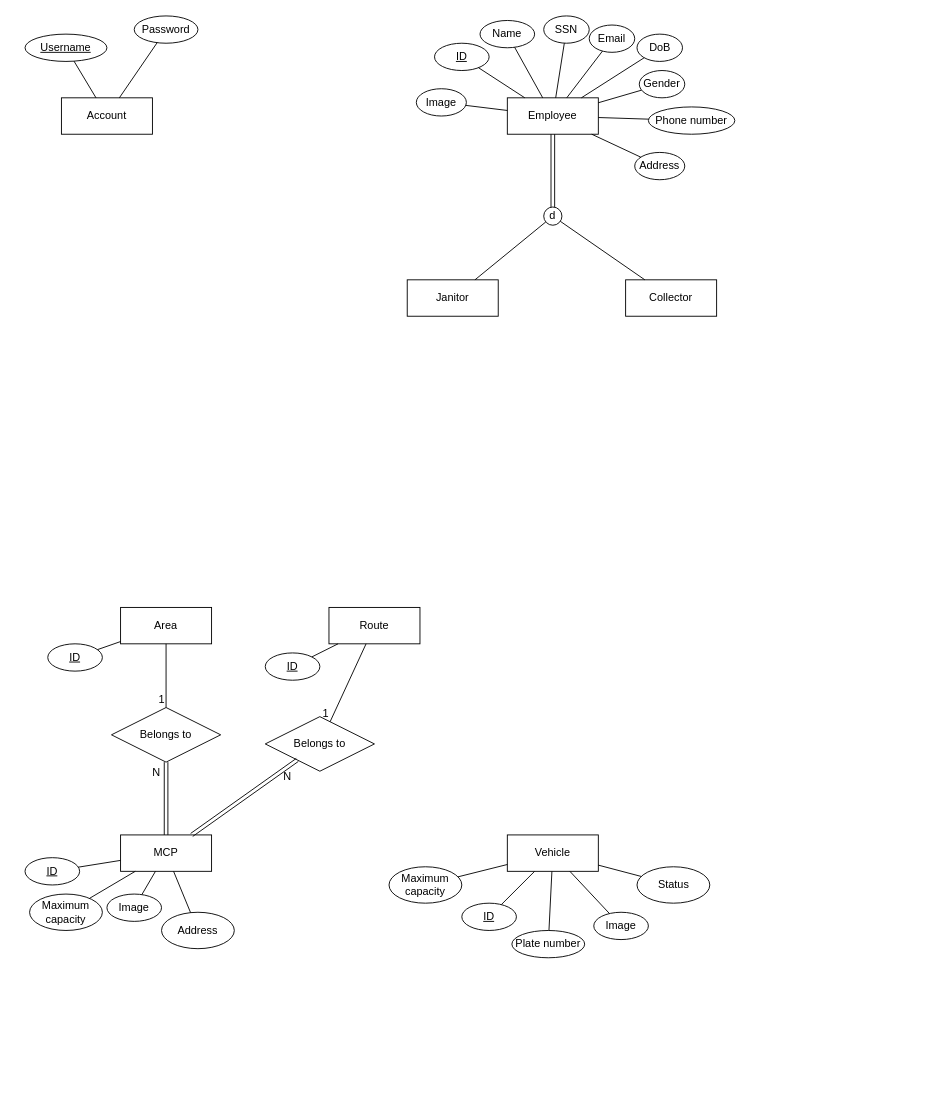
This is ERD.drawio from astr0tas/A-simple-chat-web-application, a draw.io file, before an edit. Source tidied: cells renumbered, new cells numbered last; positions are measured from the earlier drawing's top-left corner, leaving out a move shared by most shapes. Both pictures are drawn from the tidied source at 91%, with x=0, y=0 at pixel (25, 15).
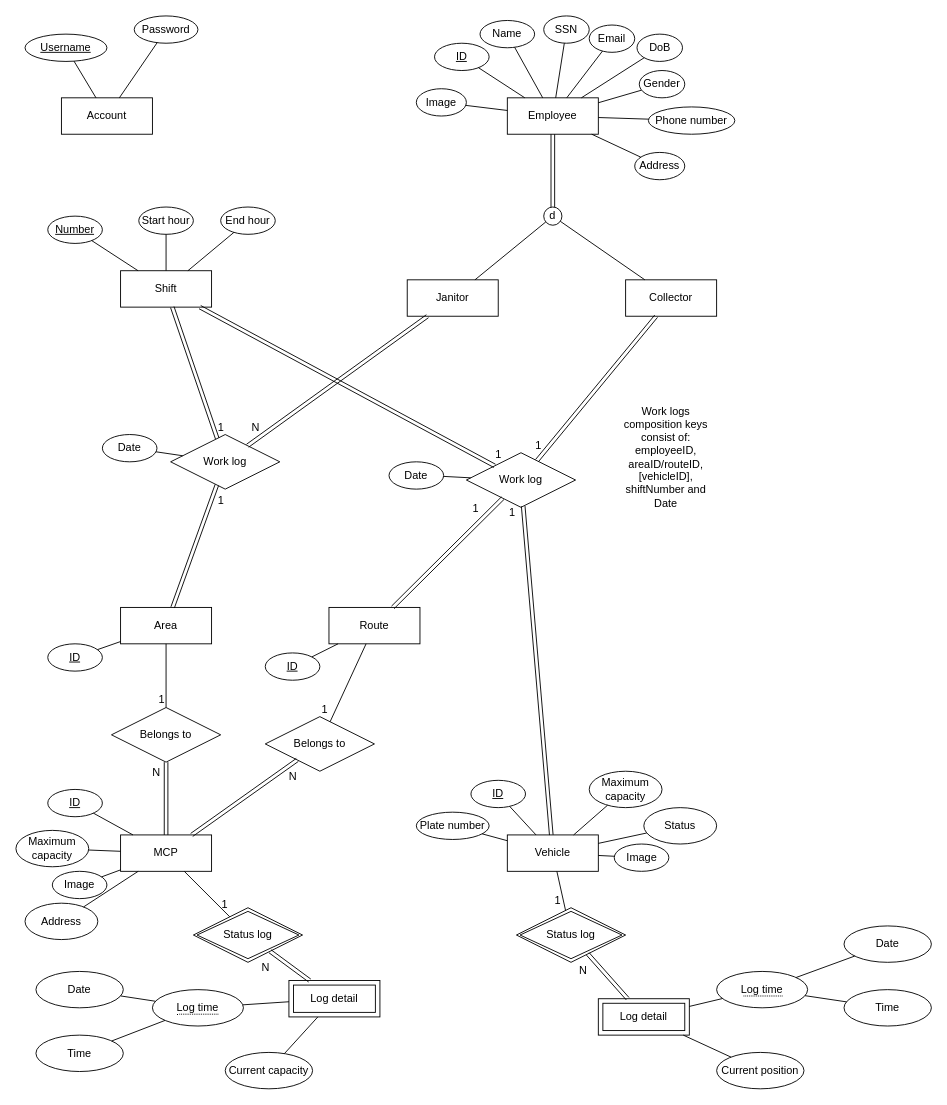
Above is the later version.

The change refers to these unchanged cells:
```xml
<mxCell id="8" value="Janitor" style="whiteSpace=wrap;html=1;align=center;" parent="1" vertex="1">
  <mxGeometry x="420" y="290" width="100" height="40" as="geometry" />
</mxCell>
<mxCell id="9" value="Collector" style="whiteSpace=wrap;html=1;align=center;" parent="1" vertex="1">
  <mxGeometry x="660" y="290" width="100" height="40" as="geometry" />
</mxCell>
<mxCell id="32" value="MCP" style="whiteSpace=wrap;html=1;align=center;" parent="1" vertex="1">
  <mxGeometry x="105" y="900" width="100" height="40" as="geometry" />
</mxCell>
<mxCell id="33" value="Vehicle" style="whiteSpace=wrap;html=1;align=center;" parent="1" vertex="1">
  <mxGeometry x="530" y="900" width="100" height="40" as="geometry" />
</mxCell>
<mxCell id="50" value="Area" style="whiteSpace=wrap;html=1;align=center;" parent="1" vertex="1">
  <mxGeometry x="105" y="650" width="100" height="40" as="geometry" />
</mxCell>
<mxCell id="51" value="Route" style="whiteSpace=wrap;html=1;align=center;" parent="1" vertex="1">
  <mxGeometry x="334" y="650" width="100" height="40" as="geometry" />
</mxCell>
<mxCell id="62" style="endArrow=none;html=1;rounded=0;" parent="1" edge="1" source="51" target="57">
  <mxGeometry relative="1" as="geometry" />
</mxCell>
<mxCell id="64" style="shape=link;html=1;rounded=0;" parent="1" edge="1" source="32" target="57">
  <mxGeometry relative="1" as="geometry" />
</mxCell>
```

Change to the diagram source:
```diff
@@
     <mxCell id="34" value="ID" style="ellipse;whiteSpace=wrap;html=1;align=center;fontStyle=4;" parent="1" vertex="1">
-      <mxGeometry y="925" width="60" height="30" as="geometry" />
+      <mxGeometry x="25" y="850" width="60" height="30" as="geometry" />
     </mxCell>
     <mxCell id="35" value="ID" style="ellipse;whiteSpace=wrap;html=1;align=center;fontStyle=4;" parent="1" vertex="1">
-      <mxGeometry x="480" y="975" width="60" height="30" as="geometry" />
+      <mxGeometry x="490" y="840" width="60" height="30" as="geometry" />
     </mxCell>
     <mxCell id="36" value="Plate number" style="ellipse;whiteSpace=wrap;html=1;align=center;" parent="1" vertex="1">
-      <mxGeometry x="535" y="1005" width="80" height="30" as="geometry" />
+      <mxGeometry x="430" y="875" width="80" height="30" as="geometry" />
     </mxCell>
     <mxCell id="37" value="Image" style="ellipse;whiteSpace=wrap;html=1;align=center;" parent="1" vertex="1">
-      <mxGeometry x="625" y="985" width="60" height="30" as="geometry" />
+      <mxGeometry x="647.5" y="910" width="60" height="30" as="geometry" />
     </mxCell>
     <mxCell id="38" value="Maximum capacity" style="ellipse;whiteSpace=wrap;html=1;align=center;" parent="1" vertex="1">
-      <mxGeometry x="400" y="935" width="80" height="40" as="geometry" />
+      <mxGeometry x="620" y="830" width="80" height="40" as="geometry" />
     </mxCell>
     <mxCell id="39" value="Status" style="ellipse;whiteSpace=wrap;html=1;align=center;" parent="1" vertex="1">
-      <mxGeometry x="672.5" y="935" width="80" height="40" as="geometry" />
+      <mxGeometry x="680" y="870" width="80" height="40" as="geometry" />
     </mxCell>
@@
     <mxCell id="45" value="Maximum capacity" style="ellipse;whiteSpace=wrap;html=1;align=center;" parent="1" vertex="1">
-      <mxGeometry x="5" y="965" width="80" height="40" as="geometry" />
+      <mxGeometry x="-10" y="895" width="80" height="40" as="geometry" />
     </mxCell>
     <mxCell id="46" value="Image" style="ellipse;whiteSpace=wrap;html=1;align=center;" parent="1" vertex="1">
-      <mxGeometry x="90" y="965" width="60" height="30" as="geometry" />
+      <mxGeometry x="30" y="940" width="60" height="30" as="geometry" />
     </mxCell>
@@
     <mxCell id="63" value="1" style="html=1;whiteSpace=wrap;align=right;verticalAlign=bottom;" parent="62" vertex="1">
-      <mxGeometry x="1" relative="1" as="geometry" />
+      <mxGeometry x="1" relative="1" as="geometry">
+        <mxPoint x="-1" y="-5" as="offset" />
+      </mxGeometry>
     </mxCell>
@@
     <mxCell id="65" value="N" style="html=1;whiteSpace=wrap;align=right;verticalAlign=bottom;" parent="64" vertex="1">
       <mxGeometry x="1" relative="1" as="geometry">
-        <mxPoint x="-5" y="26" as="offset" />
+        <mxPoint x="1" y="26" as="offset" />
       </mxGeometry>
     </mxCell>
     <mxCell id="66" value="Address" style="ellipse;whiteSpace=wrap;html=1;align=center;" parent="1" vertex="1">
-      <mxGeometry x="150" y="985" width="80" height="40" as="geometry" />
+      <mxGeometry y="975" width="80" height="40" as="geometry" />
     </mxCell>
@@
+    <mxCell id="68" value="Work log" style="shape=rhombus;perimeter=rhombusPerimeter;whiteSpace=wrap;html=1;align=center;" parent="1" vertex="1">
+      <mxGeometry x="160" y="460" width="120" height="60" as="geometry" />
+    </mxCell>
+    <mxCell id="69" value="Work log" style="shape=rhombus;perimeter=rhombusPerimeter;whiteSpace=wrap;html=1;align=center;" parent="1" vertex="1">
+      <mxGeometry x="485" y="480" width="120" height="60" as="geometry" />
+    </mxCell>
+    <mxCell id="70" value="Shift" style="whiteSpace=wrap;html=1;align=center;" parent="1" vertex="1">
+      <mxGeometry x="105" y="280" width="100" height="40" as="geometry" />
+    </mxCell>
+    <mxCell id="71" value="Number" style="ellipse;whiteSpace=wrap;html=1;align=center;fontStyle=4;" parent="1" vertex="1">
+      <mxGeometry x="25" y="220" width="60" height="30" as="geometry" />
+    </mxCell>
+    <mxCell id="72" value="Start hour" style="ellipse;whiteSpace=wrap;html=1;align=center;" parent="1" vertex="1">
+      <mxGeometry x="125" y="210" width="60" height="30" as="geometry" />
+    </mxCell>
+    <mxCell id="73" value="End hour" style="ellipse;whiteSpace=wrap;html=1;align=center;" parent="1" vertex="1">
+      <mxGeometry x="215" y="210" width="60" height="30" as="geometry" />
+    </mxCell>
+    <mxCell id="74" style="endArrow=none;html=1;rounded=0;" parent="1" edge="1" source="70" target="71">
+      <mxGeometry relative="1" as="geometry" />
+    </mxCell>
+    <mxCell id="75" style="endArrow=none;html=1;rounded=0;" parent="1" edge="1" source="70" target="72">
+      <mxGeometry relative="1" as="geometry" />
+    </mxCell>
+    <mxCell id="76" style="endArrow=none;html=1;rounded=0;" parent="1" edge="1" source="70" target="73">
+      <mxGeometry relative="1" as="geometry" />
+    </mxCell>
+    <mxCell id="77" style="shape=link;html=1;rounded=0;" parent="1" edge="1" source="8" target="68">
+      <mxGeometry relative="1" as="geometry" />
+    </mxCell>
+    <mxCell id="78" value="N" style="html=1;whiteSpace=wrap;align=right;verticalAlign=bottom;" parent="77" vertex="1">
+      <mxGeometry x="1" relative="1" as="geometry">
+        <mxPoint x="15" y="-12" as="offset" />
+      </mxGeometry>
+    </mxCell>
+    <mxCell id="79" style="shape=link;html=1;rounded=0;" parent="1" edge="1" source="50" target="68">
+      <mxGeometry relative="1" as="geometry" />
+    </mxCell>
+    <mxCell id="80" value="1" style="html=1;whiteSpace=wrap;align=right;verticalAlign=bottom;" parent="79" vertex="1">
+      <mxGeometry x="1" relative="1" as="geometry">
+        <mxPoint x="9" y="25" as="offset" />
+      </mxGeometry>
+    </mxCell>
+    <mxCell id="81" style="shape=link;html=1;rounded=0;" parent="1" edge="1" source="70" target="68">
+      <mxGeometry relative="1" as="geometry" />
+    </mxCell>
+    <mxCell id="82" value="1" style="html=1;whiteSpace=wrap;align=right;verticalAlign=bottom;" parent="81" vertex="1">
+      <mxGeometry x="1" relative="1" as="geometry">
+        <mxPoint x="9" y="-4" as="offset" />
+      </mxGeometry>
+    </mxCell>
+    <mxCell id="83" style="shape=link;html=1;rounded=0;" parent="1" edge="1" source="9" target="69">
+      <mxGeometry relative="1" as="geometry" />
+    </mxCell>
+    <mxCell id="84" value="1" style="html=1;whiteSpace=wrap;align=right;verticalAlign=bottom;" parent="83" vertex="1">
+      <mxGeometry x="1" relative="1" as="geometry">
+        <mxPoint x="7" y="-9" as="offset" />
+      </mxGeometry>
+    </mxCell>
+    <mxCell id="85" style="shape=link;html=1;rounded=0;" parent="1" edge="1" source="70" target="69">
+      <mxGeometry relative="1" as="geometry" />
+    </mxCell>
+    <mxCell id="86" value="1" style="html=1;whiteSpace=wrap;align=right;verticalAlign=bottom;" parent="85" vertex="1">
+      <mxGeometry x="1" relative="1" as="geometry">
+        <mxPoint x="9" y="-4" as="offset" />
+      </mxGeometry>
+    </mxCell>
+    <mxCell id="87" style="shape=link;html=1;rounded=0;" parent="1" edge="1" source="51" target="69">
+      <mxGeometry relative="1" as="geometry" />
+    </mxCell>
+    <mxCell id="88" value="1" style="html=1;whiteSpace=wrap;align=right;verticalAlign=bottom;" parent="87" vertex="1">
+      <mxGeometry x="1" relative="1" as="geometry">
+        <mxPoint x="-25" y="20" as="offset" />
+      </mxGeometry>
+    </mxCell>
+    <mxCell id="89" value="Date" style="ellipse;whiteSpace=wrap;html=1;align=center;" parent="1" vertex="1">
+      <mxGeometry x="85" y="460" width="60" height="30" as="geometry" />
+    </mxCell>
+    <mxCell id="90" value="Date" style="ellipse;whiteSpace=wrap;html=1;align=center;" parent="1" vertex="1">
+      <mxGeometry x="400" y="490" width="60" height="30" as="geometry" />
+    </mxCell>
+    <mxCell id="91" style="endArrow=none;html=1;rounded=0;" parent="1" edge="1" source="89" target="68">
+      <mxGeometry relative="1" as="geometry" />
+    </mxCell>
+    <mxCell id="92" style="html=1;whiteSpace=wrap;align=right;verticalAlign=bottom;" parent="91" vertex="1">
+      <mxGeometry x="1" relative="1" as="geometry" />
+    </mxCell>
+    <mxCell id="93" style="endArrow=none;html=1;rounded=0;" parent="1" edge="1" source="90" target="69">
+      <mxGeometry relative="1" as="geometry" />
+    </mxCell>
+    <mxCell id="94" style="html=1;whiteSpace=wrap;align=right;verticalAlign=bottom;" parent="93" vertex="1">
+      <mxGeometry x="1" relative="1" as="geometry" />
+    </mxCell>
+    <mxCell id="95" value="Work logs composition keys consist of: employeeID, areaID/routeID,[vehicleID], shiftNumber and Date" style="text;html=1;strokeColor=none;fillColor=none;align=center;verticalAlign=middle;whiteSpace=wrap;rounded=0;" parent="1" vertex="1">
+      <mxGeometry x="647.5" y="470" width="112.5" height="30" as="geometry" />
+    </mxCell>
+    <mxCell id="96" style="shape=link;html=1;rounded=0;" parent="1" edge="1" source="33" target="69">
+      <mxGeometry relative="1" as="geometry" />
+    </mxCell>
+    <mxCell id="97" value="1" style="html=1;whiteSpace=wrap;align=right;verticalAlign=bottom;" parent="96" vertex="1">
+      <mxGeometry x="1" relative="1" as="geometry">
+        <mxPoint x="-7" y="16" as="offset" />
+      </mxGeometry>
+    </mxCell>
+    <mxCell id="98" value="Status log" style="shape=rhombus;double=1;perimeter=rhombusPerimeter;whiteSpace=wrap;html=1;align=center;" parent="1" vertex="1">
+      <mxGeometry x="185" y="980" width="120" height="60" as="geometry" />
+    </mxCell>
+    <mxCell id="99" value="Status log" style="shape=rhombus;double=1;perimeter=rhombusPerimeter;whiteSpace=wrap;html=1;align=center;" parent="1" vertex="1">
+      <mxGeometry x="540" y="980" width="120" height="60" as="geometry" />
+    </mxCell>
+    <mxCell id="100" style="endArrow=none;html=1;rounded=0;" parent="1" edge="1" source="32" target="98">
+      <mxGeometry relative="1" as="geometry" />
+    </mxCell>
+    <mxCell id="101" value="1" style="html=1;whiteSpace=wrap;align=right;verticalAlign=bottom;" parent="100" vertex="1">
+      <mxGeometry x="1" relative="1" as="geometry">
+        <mxPoint x="-1" y="-5" as="offset" />
+      </mxGeometry>
+    </mxCell>
+    <mxCell id="102" value="Log detail" style="shape=ext;margin=3;double=1;whiteSpace=wrap;html=1;align=center;" parent="1" vertex="1">
+      <mxGeometry x="290" y="1060" width="100" height="40" as="geometry" />
+    </mxCell>
+    <mxCell id="103" value="&lt;span style=&quot;border-bottom: 1px dotted&quot;&gt;Log time&lt;br&gt;&lt;/span&gt;" style="ellipse;whiteSpace=wrap;html=1;align=center;" parent="1" vertex="1">
+      <mxGeometry x="140" y="1070" width="100" height="40" as="geometry" />
+    </mxCell>
+    <mxCell id="104" value="Current capacity" style="ellipse;whiteSpace=wrap;html=1;align=center;" parent="1" vertex="1">
+      <mxGeometry x="220" y="1139" width="96" height="40" as="geometry" />
+    </mxCell>
+    <mxCell id="105" style="shape=link;html=1;rounded=0;" parent="1" edge="1" source="102" target="98">
+      <mxGeometry relative="1" as="geometry" />
+    </mxCell>
+    <mxCell id="106" value="N" style="html=1;whiteSpace=wrap;align=right;verticalAlign=bottom;" parent="105" vertex="1">
+      <mxGeometry x="1" relative="1" as="geometry">
+        <mxPoint x="1" y="26" as="offset" />
+      </mxGeometry>
+    </mxCell>
+    <mxCell id="107" style="endArrow=none;html=1;rounded=0;" parent="1" edge="1" source="102" target="103">
+      <mxGeometry relative="1" as="geometry" />
+    </mxCell>
+    <mxCell id="108" style="endArrow=none;html=1;rounded=0;" parent="1" edge="1" source="102" target="104">
+      <mxGeometry relative="1" as="geometry" />
+    </mxCell>
+    <mxCell id="109" value="Log detail" style="shape=ext;margin=3;double=1;whiteSpace=wrap;html=1;align=center;" parent="1" vertex="1">
+      <mxGeometry x="630" y="1080" width="100" height="40" as="geometry" />
+    </mxCell>
+    <mxCell id="110" value="&lt;span style=&quot;border-bottom: 1px dotted&quot;&gt;Log time&lt;br&gt;&lt;/span&gt;" style="ellipse;whiteSpace=wrap;html=1;align=center;" parent="1" vertex="1">
+      <mxGeometry x="760" y="1050" width="100" height="40" as="geometry" />
+    </mxCell>
+    <mxCell id="111" value="Date" style="ellipse;whiteSpace=wrap;html=1;align=center;" parent="1" vertex="1">
+      <mxGeometry x="12" y="1050" width="96" height="40" as="geometry" />
+    </mxCell>
+    <mxCell id="112" value="Time" style="ellipse;whiteSpace=wrap;html=1;align=center;" parent="1" vertex="1">
+      <mxGeometry x="12" y="1120" width="96" height="40" as="geometry" />
+    </mxCell>
+    <mxCell id="113" style="endArrow=none;html=1;rounded=0;" parent="1" edge="1" source="103" target="111">
+      <mxGeometry relative="1" as="geometry" />
+    </mxCell>
+    <mxCell id="114" style="endArrow=none;html=1;rounded=0;" parent="1" edge="1" source="103" target="112">
+      <mxGeometry relative="1" as="geometry" />
+    </mxCell>
+    <mxCell id="115" style="endArrow=none;html=1;rounded=0;" parent="1" edge="1" source="33" target="99">
+      <mxGeometry relative="1" as="geometry" />
+    </mxCell>
+    <mxCell id="116" value="1" style="html=1;whiteSpace=wrap;align=right;verticalAlign=bottom;" parent="115" vertex="1">
+      <mxGeometry x="1" relative="1" as="geometry">
+        <mxPoint x="-4" y="-3" as="offset" />
+      </mxGeometry>
+    </mxCell>
+    <mxCell id="117" style="shape=link;html=1;rounded=0;" parent="1" edge="1" source="109" target="99">
+      <mxGeometry relative="1" as="geometry" />
+    </mxCell>
+    <mxCell id="118" value="N" style="html=1;whiteSpace=wrap;align=right;verticalAlign=bottom;" parent="117" vertex="1">
+      <mxGeometry x="1" relative="1" as="geometry">
+        <mxPoint x="1" y="26" as="offset" />
+      </mxGeometry>
+    </mxCell>
+    <mxCell id="119" value="Date" style="ellipse;whiteSpace=wrap;html=1;align=center;" parent="1" vertex="1">
+      <mxGeometry x="900" y="1000" width="96" height="40" as="geometry" />
+    </mxCell>
+    <mxCell id="120" value="Time" style="ellipse;whiteSpace=wrap;html=1;align=center;" parent="1" vertex="1">
+      <mxGeometry x="900" y="1070" width="96" height="40" as="geometry" />
+    </mxCell>
+    <mxCell id="121" style="endArrow=none;html=1;rounded=0;" parent="1" edge="1" source="110" target="119">
+      <mxGeometry relative="1" as="geometry" />
+    </mxCell>
+    <mxCell id="122" style="endArrow=none;html=1;rounded=0;" parent="1" edge="1" source="110" target="120">
+      <mxGeometry relative="1" as="geometry" />
+    </mxCell>
+    <mxCell id="123" style="endArrow=none;html=1;rounded=0;" parent="1" edge="1" source="110" target="109">
+      <mxGeometry relative="1" as="geometry" />
+    </mxCell>
+    <mxCell id="124" value="Current position" style="ellipse;whiteSpace=wrap;html=1;align=center;" parent="1" vertex="1">
+      <mxGeometry x="760" y="1139" width="96" height="40" as="geometry" />
+    </mxCell>
+    <mxCell id="125" style="endArrow=none;html=1;rounded=0;" parent="1" edge="1" source="109" target="124">
+      <mxGeometry relative="1" as="geometry" />
+    </mxCell>
```
